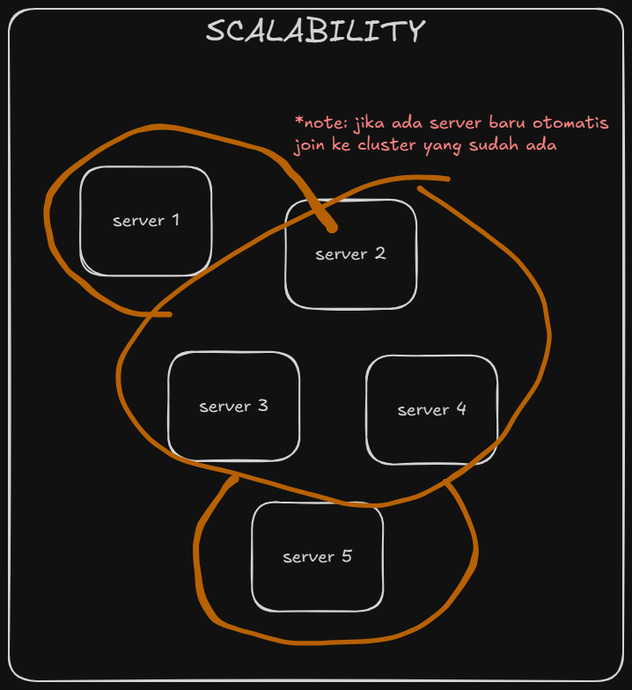
This is system-design/B4-USE-KAFKA.excalidraw.png from RIOKOWI/software-architecture, a Excalidraw export, as it was before one commit. Source tidied: one line per element, renumbered; positions are measured from the earlier drawing's top-left corner, leaving out a move shared by most shapes. The source it was exported from:
```json
{"id": 0, "type": "rectangle", "strokeColor": "#1e1e1e", "strokeWidth": 2, "roughness": 1, "round": true, "x": 81, "y": 179, "width": 149, "height": 124}
{"id": 1, "type": "text", "text": "server 1", "strokeColor": "#1e1e1e", "strokeWidth": 2, "roughness": 1, "fontSize": 20, "fontFamily": 5, "textAlign": "center", "verticalAlign": "middle", "inside": 0, "x": 118, "y": 229, "width": 76, "height": 25}
{"id": 2, "type": "rectangle", "strokeColor": "#1e1e1e", "strokeWidth": 2, "roughness": 1, "round": true, "x": 276, "y": 561, "width": 149, "height": 124}
{"id": 3, "type": "text", "text": "server 5", "strokeColor": "#1e1e1e", "strokeWidth": 2, "roughness": 1, "fontSize": 20, "fontFamily": 5, "textAlign": "center", "verticalAlign": "middle", "inside": 2, "x": 311, "y": 610, "width": 80, "height": 25}
{"id": 4, "type": "rectangle", "strokeColor": "#1e1e1e", "strokeWidth": 2, "roughness": 1, "round": true, "x": 406, "y": 394, "width": 149, "height": 124}
{"id": 5, "type": "text", "text": "server 4", "strokeColor": "#1e1e1e", "strokeWidth": 2, "roughness": 1, "fontSize": 20, "fontFamily": 5, "textAlign": "center", "verticalAlign": "middle", "inside": 4, "x": 441, "y": 443, "width": 79, "height": 25}
{"id": 6, "type": "rectangle", "strokeColor": "#1e1e1e", "strokeWidth": 2, "roughness": 1, "round": true, "x": 181, "y": 390, "width": 149, "height": 124}
{"id": 7, "type": "text", "text": "server 3", "strokeColor": "#1e1e1e", "strokeWidth": 2, "roughness": 1, "fontSize": 20, "fontFamily": 5, "textAlign": "center", "verticalAlign": "middle", "inside": 6, "x": 216, "y": 439, "width": 79, "height": 25}
{"id": 8, "type": "rectangle", "strokeColor": "#1e1e1e", "strokeWidth": 2, "roughness": 1, "round": true, "x": 314, "y": 217, "width": 149, "height": 124}
{"id": 9, "type": "text", "text": "server 2", "strokeColor": "#1e1e1e", "strokeWidth": 2, "roughness": 1, "fontSize": 20, "fontFamily": 5, "textAlign": "center", "verticalAlign": "middle", "inside": 8, "x": 348, "y": 266, "width": 81, "height": 25}
{"id": 10, "type": "freedraw", "strokeColor": "#f08c00", "strokeWidth": 2, "roughness": 1, "x": 499, "y": 194, "width": 491, "height": 374, "points": [[0, 0], [-51, -2], [-138, 29], [-218, 68], [-286, 112], [-336, 150], [-361, 188], [-375, 215], [-369, 258], [-344, 291], [-309, 318], [-261, 330], [-184, 350], [-121, 368], [-81, 371], [-35, 361], [-1, 344], [24, 328], [56, 300], [76, 269], [102, 231], [115, 188], [110, 139], [82, 95], [31, 54], [-15, 21], [-32, 10]]}
{"id": 11, "type": "freedraw", "strokeColor": "#f08c00", "strokeWidth": 2, "roughness": 1, "x": 496, "y": 537, "width": 319, "height": 188, "points": [[0, 0], [15, 19], [29, 50], [35, 76], [32, 89], [24, 109], [8, 132], [-12, 154], [-38, 170], [-64, 179], [-112, 182], [-158, 184], [-191, 181], [-226, 170], [-254, 162], [-262, 156], [-270, 146], [-279, 128], [-281, 104], [-284, 81], [-281, 59], [-276, 44], [-258, 18], [-249, 4], [-242, -1], [-239, -4]]}
{"id": 12, "type": "freedraw", "strokeColor": "#f08c00", "strokeWidth": 2, "roughness": 1, "x": 182, "y": 347, "width": 325, "height": 214, "points": [[0, 0], [-22, 0], [-48, -2], [-71, -15], [-89, -26], [-104, -41], [-122, -60], [-132, -75], [-138, -99], [-140, -121], [-136, -138], [-121, -156], [-85, -184], [-49, -204], [-26, -211], [-5, -214], [28, -208], [78, -195], [106, -188], [120, -180], [130, -171], [142, -156], [154, -142], [160, -134], [164, -128], [166, -124], [170, -119], [175, -111], [179, -108], [181, -104], [184, -101], [185, -99]]}
{"id": 13, "type": "text", "text": "*note: jika ada server baru otomatis\njoin ke cluster yang sudah ada", "strokeColor": "#e03131", "strokeWidth": 2, "roughness": 1, "fontSize": 20, "fontFamily": 5, "x": 325, "y": 117, "width": 370, "height": 50}
{"id": 14, "type": "rectangle", "strokeColor": "#1e1e1e", "strokeWidth": 2, "roughness": 1, "round": true, "x": 0, "y": 0, "width": 698, "height": 764}
{"id": 15, "type": "text", "text": "SCALABILITY", "strokeColor": "#1e1e1e", "strokeWidth": 2, "roughness": 1, "fontSize": 36, "fontFamily": 5, "x": 224, "y": 4, "width": 250, "height": 45}
```
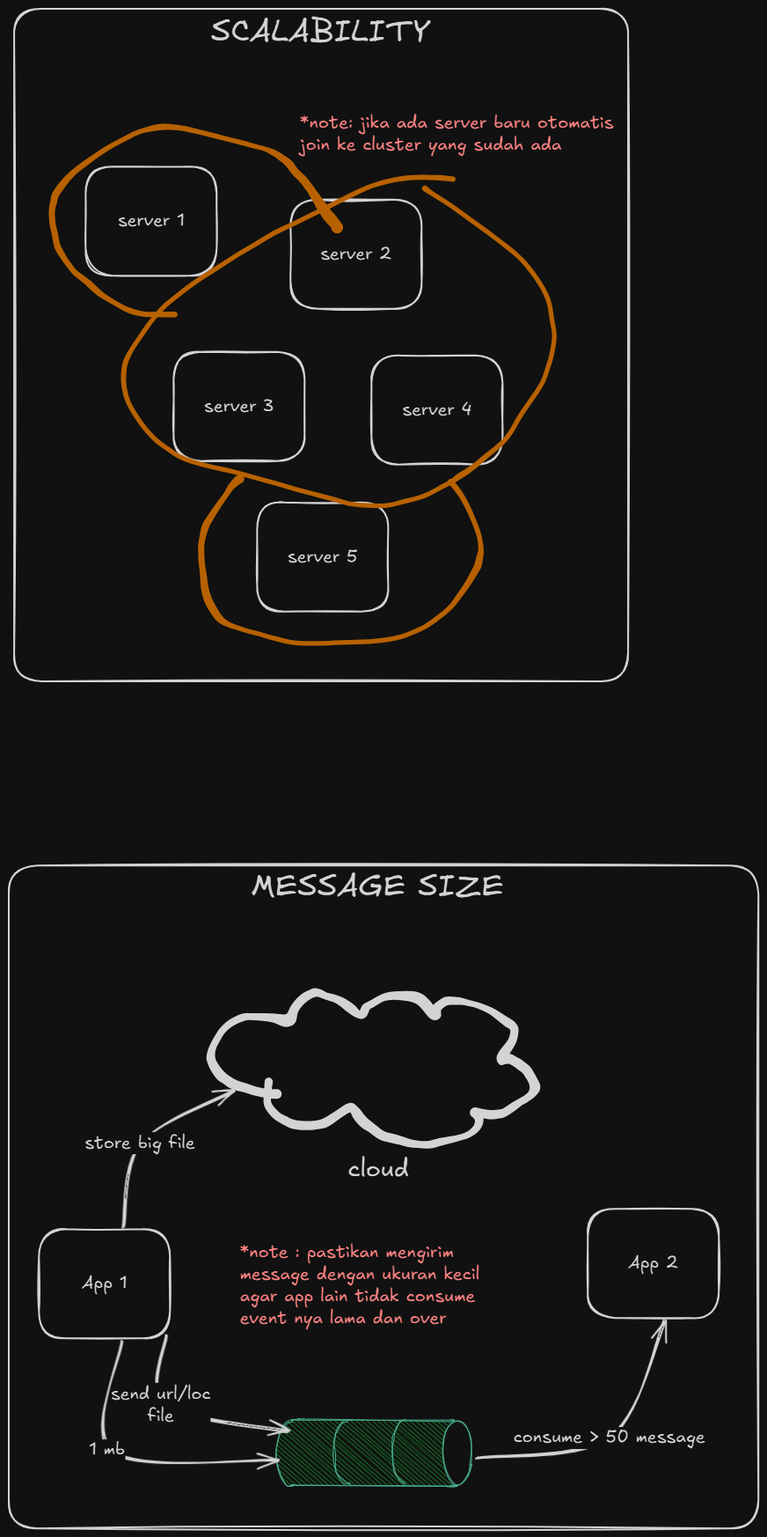
After the commit.

Commit message:
docs(b4 use kafka): kafka message size

The edit, as a diff of the source:
```diff
@@ -14,3 +14,24 @@
 {"id": 13, "type": "text", "text": "*note: jika ada server baru otomatis\njoin ke cluster yang sudah ada", "strokeColor": "#e03131", "strokeWidth": 2, "roughness": 1, "fontSize": 20, "fontFamily": 5, "x": 325, "y": 117, "width": 370, "height": 50}
 {"id": 14, "type": "rectangle", "strokeColor": "#1e1e1e", "strokeWidth": 2, "roughness": 1, "round": true, "x": 0, "y": 0, "width": 698, "height": 764}
 {"id": 15, "type": "text", "text": "SCALABILITY", "strokeColor": "#1e1e1e", "strokeWidth": 2, "roughness": 1, "fontSize": 36, "fontFamily": 5, "x": 224, "y": 4, "width": 250, "height": 45}
+{"id": 16, "type": "rectangle", "strokeColor": "#1e1e1e", "strokeWidth": 2, "roughness": 1, "round": true, "x": 28, "y": 1386, "width": 149, "height": 124}
+{"id": 17, "type": "text", "text": "App 1", "strokeColor": "#1e1e1e", "strokeWidth": 2, "roughness": 1, "fontSize": 20, "fontFamily": 5, "textAlign": "center", "verticalAlign": "middle", "inside": 16, "x": 77, "y": 1436, "width": 52, "height": 25}
+{"id": 18, "type": "rectangle", "strokeColor": "#1e1e1e", "strokeWidth": 2, "roughness": 1, "round": true, "x": 652, "y": 1363, "width": 149, "height": 124}
+{"id": 19, "type": "text", "text": "App 2", "strokeColor": "#1e1e1e", "strokeWidth": 2, "roughness": 1, "fontSize": 20, "fontFamily": 5, "textAlign": "center", "verticalAlign": "middle", "inside": 18, "x": 698, "y": 1413, "width": 57, "height": 25}
+{"id": 20, "type": "line", "strokeColor": "#087f5b", "angle": 1.57, "backgroundColor": "#40c057", "fillStyle": "hachure", "strokeWidth": 1, "roughness": 1, "round": true, "x": 371, "y": 1547, "width": 74, "height": 220, "points": [[0, 0], [0, 166], [0, 185], [4, 193], [17, 200], [40, 203], [61, 199], [73, 191], [74, 184], [74, 169], [74, 14], [74, -1], [69, -9], [59, -14], [36, -18], [18, -15], [3, -7], [0, 0], [0, 0]]}
+{"id": 21, "type": "line", "strokeColor": "#087f5b", "angle": 1.57, "strokeWidth": 1, "roughness": 1, "round": true, "x": 336, "y": 1632, "width": 72, "height": 18, "points": [[0, 0], [2, 7], [10, 13], [21, 17], [38, 17], [58, 15], [70, 6], [72, -1]]}
+{"id": 22, "type": "line", "strokeColor": "#087f5b", "angle": 1.57, "strokeWidth": 1, "roughness": 1, "round": true, "x": 401, "y": 1632, "width": 72, "height": 14, "points": [[0, 0], [2, 6], [10, 11], [21, 14], [38, 14], [58, 12], [70, 5], [72, -1]]}
+{"id": 23, "type": "ellipse", "strokeColor": "#087f5b", "angle": 1.57, "backgroundColor": "#fff", "fillStyle": "solid", "strokeWidth": 1, "roughness": 1, "x": 468, "y": 1624, "width": 73, "height": 32}
+{"id": 24, "type": "freedraw", "strokeColor": "#1e1e1e", "strokeWidth": 2, "roughness": 1, "x": 289, "y": 1219, "width": 370, "height": 174, "points": [[0, 0], [12, 42], [58, 48], [94, 28], [116, 52], [166, 72], [230, 60], [238, 38], [270, 36], [304, 8], [284, -20], [264, -22], [276, -64], [216, -92], [190, -82], [180, -88], [138, -98], [108, -76], [60, -98], [30, -84], [18, -68], [-48, -64], [-66, -26], [-50, -2], [-2, 14]]}
+{"id": 25, "type": "text", "text": "cloud", "strokeColor": "#1e1e1e", "strokeWidth": 2, "roughness": 1, "fontSize": 28, "fontFamily": 5, "x": 379, "y": 1302, "width": 69, "height": 35}
+{"id": 26, "type": "arrow", "strokeColor": "#1e1e1e", "strokeWidth": 2, "roughness": 1, "endArrowhead": "arrow", "round": true, "from": 16, "x": 117, "y": 1511, "width": 189, "height": 134, "points": [[0, 0], [-11, 126], [178, 134]]}
+{"id": 27, "type": "text", "text": "1 mb", "strokeColor": "#1e1e1e", "strokeWidth": 2, "roughness": 1, "fontSize": 20, "fontFamily": 5, "textAlign": "center", "verticalAlign": "middle", "inside": 26, "x": 120, "y": 1364, "width": 41, "height": 25}
+{"id": 28, "type": "arrow", "strokeColor": "#1e1e1e", "strokeWidth": 2, "roughness": 1, "endArrowhead": "arrow", "round": true, "from": 23, "to": 18, "x": 525, "y": 1647, "width": 214, "height": 158, "points": [[0, 0], [152, -24], [214, -158]]}
+{"id": 29, "type": "text", "text": "consume > 50 message", "strokeColor": "#1e1e1e", "strokeWidth": 2, "roughness": 1, "fontSize": 20, "fontFamily": 5, "textAlign": "center", "verticalAlign": "middle", "inside": 28, "x": 567, "y": 1370, "width": 218, "height": 25}
+{"id": 30, "type": "arrow", "strokeColor": "#1e1e1e", "strokeWidth": 2, "roughness": 1, "endArrowhead": "arrow", "round": true, "from": 16, "x": 123, "y": 1385, "width": 126, "height": 156, "points": [[0, 0], [20, -96], [126, -156]]}
+{"id": 31, "type": "text", "text": "store big file", "strokeColor": "#1e1e1e", "strokeWidth": 2, "roughness": 1, "fontSize": 20, "fontFamily": 5, "textAlign": "center", "verticalAlign": "middle", "inside": 30, "x": 79, "y": 1035, "width": 126, "height": 25}
+{"id": 32, "type": "arrow", "strokeColor": "#1e1e1e", "strokeWidth": 2, "roughness": 1, "endArrowhead": "arrow", "round": true, "from": 16, "x": 167, "y": 1506, "width": 139, "height": 110, "points": [[0, 0], [0, 80], [139, 110]]}
+{"id": 33, "type": "text", "text": "send url/loc\nfile", "strokeColor": "#1e1e1e", "strokeWidth": 2, "roughness": 1, "fontSize": 20, "fontFamily": 5, "textAlign": "center", "verticalAlign": "middle", "inside": 32, "x": 203, "y": 1265, "width": 114, "height": 50}
+{"id": 34, "type": "text", "text": "*note : pastikan mengirim\nmessage dengan ukuran kecil\nagar app lain tidak consume\nevent nya lama dan over", "strokeColor": "#e03131", "strokeWidth": 2, "roughness": 1, "fontSize": 20, "fontFamily": 5, "x": 257, "y": 1400, "width": 313, "height": 100}
+{"id": 35, "type": "rectangle", "strokeColor": "#1e1e1e", "strokeWidth": 2, "roughness": 1, "round": true, "x": -6, "y": 973, "width": 852, "height": 753}
+{"id": 36, "type": "text", "text": "MESSAGE SIZE", "strokeColor": "#1e1e1e", "strokeWidth": 2, "roughness": 1, "fontSize": 36, "fontFamily": 5, "x": 269, "y": 975, "width": 287, "height": 45}
```
